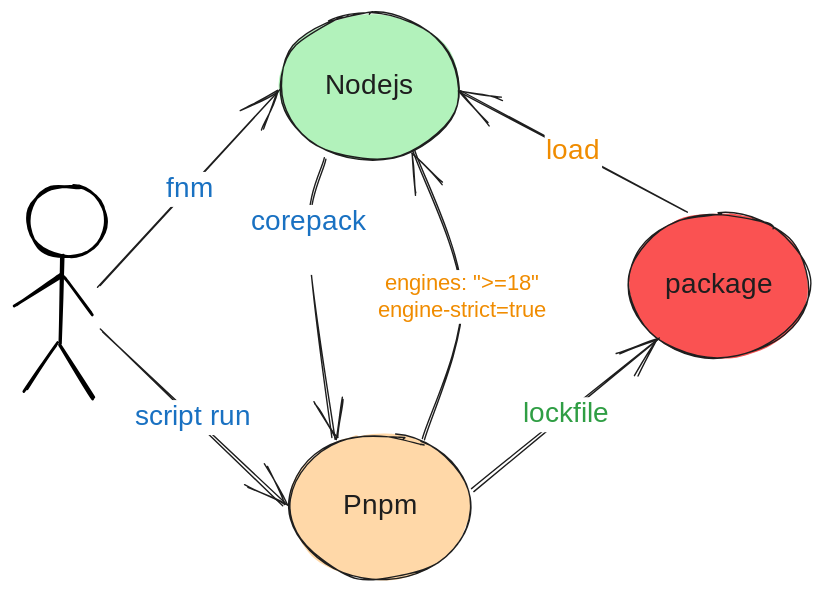
Above: content/NodeJS/images/node-env-lock.excalidraw.svg in laoergege/laoergege-blog (Excalidraw), before the change. Source tidied: one line per element, renumbered; positions are measured from the earlier drawing's top-left corner, leaving out a move shared by most shapes.
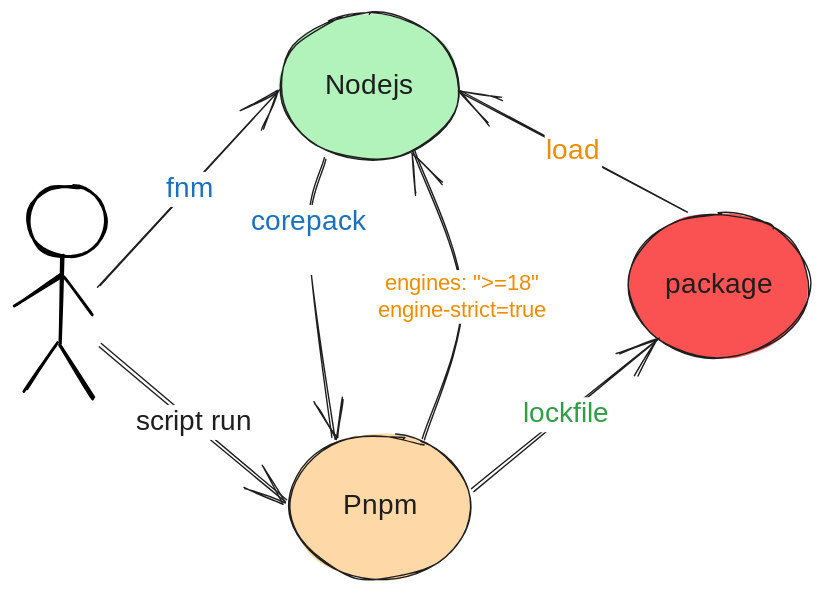
After the change.

The edit, as a diff of the source:
```diff
@@ -18,7 +18,7 @@
 {"id": 17, "type": "text", "text": "lockfile", "strokeColor": "#2f9e44", "strokeWidth": 1, "roughness": 1, "fontSize": 20, "fontFamily": 1, "textAlign": "center", "verticalAlign": "middle", "inside": 16, "x": 360, "y": 274, "width": 66, "height": 25}
 {"id": 18, "type": "arrow", "strokeColor": "#1e1e1e", "strokeWidth": 1, "roughness": 1, "endArrowhead": "arrow", "round": true, "from": 4, "x": 481, "y": 141, "width": 163, "height": 86, "points": [[0, 0], [-163, -86]]}
 {"id": 19, "type": "text", "text": "load", "strokeColor": "#f08c00", "strokeWidth": 1, "roughness": 1, "fontSize": 20, "fontFamily": 1, "textAlign": "center", "verticalAlign": "middle", "inside": 18, "x": 378, "y": 86, "width": 41, "height": 25}
-{"id": 20, "type": "arrow", "strokeColor": "#1e1e1e", "strokeWidth": 1, "roughness": 1, "endArrowhead": "arrow", "round": true, "to": 2, "x": 62, "y": 226, "width": 130, "height": 124, "points": [[0, 0], [130, 124]]}
-{"id": 21, "type": "text", "text": "script run", "strokeColor": "#1971c2", "strokeWidth": 1, "roughness": 1, "fontSize": 20, "fontFamily": 1, "textAlign": "center", "verticalAlign": "middle", "inside": 20, "x": 80, "y": 276, "width": 94, "height": 25}
 {"id": 22, "type": "arrow", "strokeColor": "#1e1e1e", "backgroundColor": "#fa5252", "fillStyle": "solid", "strokeWidth": 1, "roughness": 1, "endArrowhead": "arrow", "round": true, "from": 2, "to": 0, "x": 293, "y": 304, "width": 33, "height": 206, "points": [[0, 0], [26, -102], [-7, -206]]}
 {"id": 23, "type": "text", "text": "engines: \">=18\"\nengine-strict=true", "strokeColor": "#f08c00", "backgroundColor": "#fa5252", "fillStyle": "solid", "strokeWidth": 1, "roughness": 1, "fontSize": 16, "fontFamily": 3, "textAlign": "center", "verticalAlign": "middle", "inside": 22, "x": 205, "y": 182, "width": 169, "height": 38}
+{"id": 24, "type": "arrow", "strokeColor": "#1e1e1e", "strokeWidth": 1, "roughness": 1, "endArrowhead": "arrow", "round": true, "to": 2, "x": 62, "y": 236, "width": 133, "height": 111, "points": [[0, 0], [133, 111]]}
+{"id": 21, "type": "text", "text": "script run", "strokeColor": "#1e1e1e", "strokeWidth": 1, "roughness": 1, "fontSize": 20, "fontFamily": 1, "textAlign": "center", "verticalAlign": "middle", "inside": 24, "x": 81, "y": 279, "width": 94, "height": 25}
```
